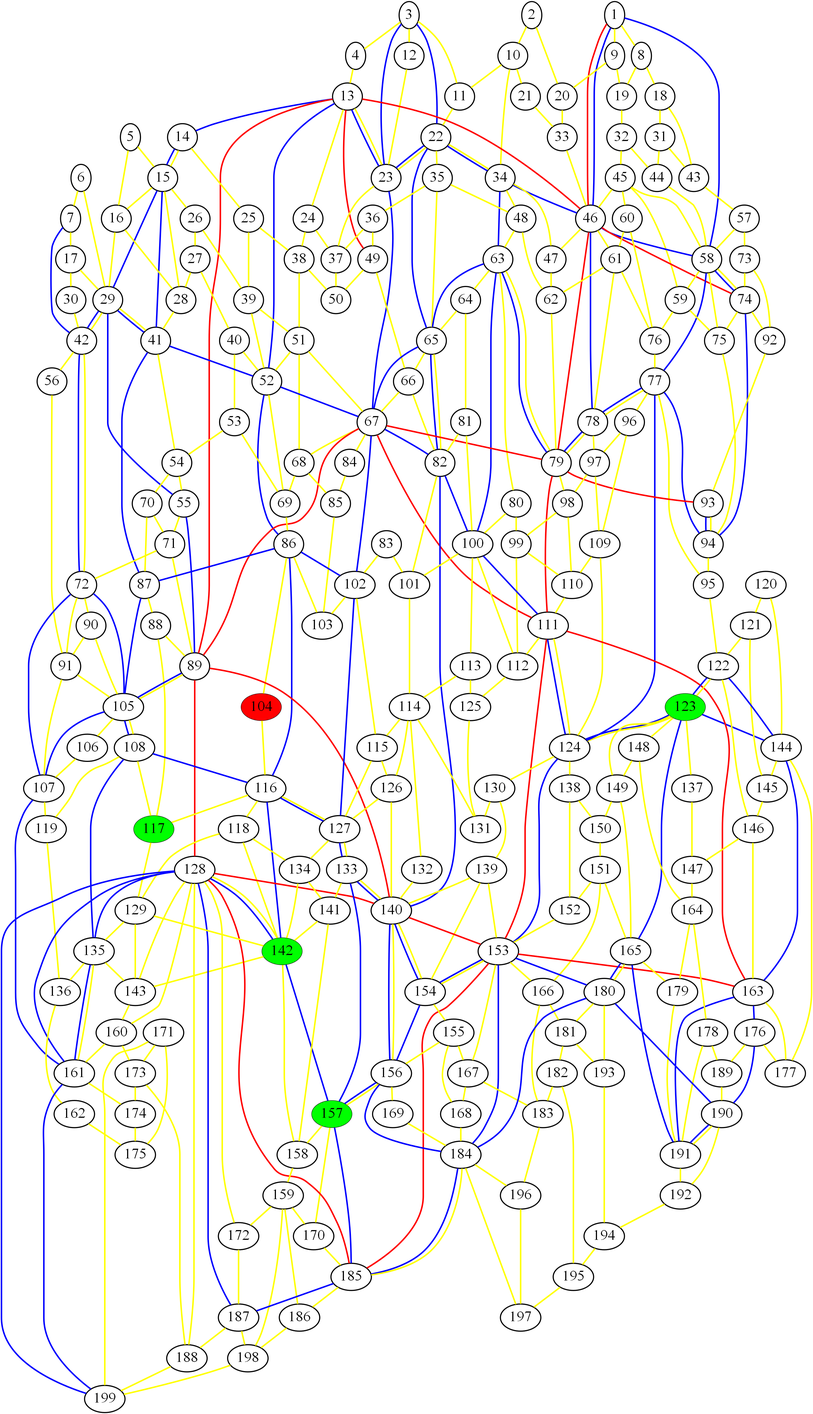
Above: graph_3.png in ed-churchill/complex-systems-project (Graphviz), before the change. Its source is kept beside it as graph_3.gv.
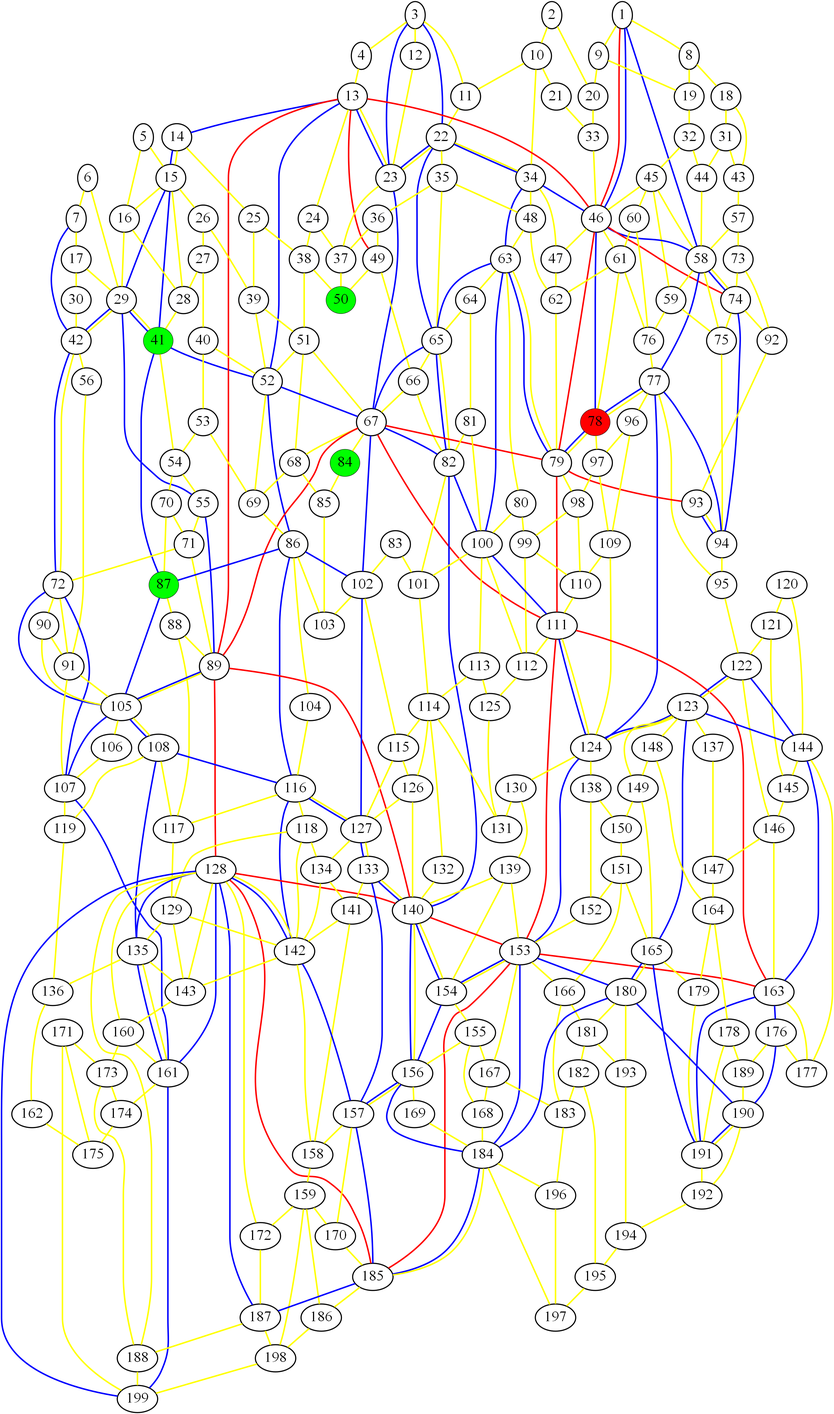
After the change.

Diff of the diagram source:
```diff
@@ -1,9 +1,9 @@
 graph london_graph {
-104 [fillcolor=red, fontsize=40, pendwidth=3, style=filled];
-117 [fillcolor=green, fontsize=40, pendwidth=3, style=filled];
-123 [fillcolor=green, fontsize=40, pendwidth=3, style=filled];
-157 [fillcolor=green, fontsize=40, pendwidth=3, style=filled];
-142 [fillcolor=green, fontsize=40, pendwidth=3, style=filled];
+78 [fillcolor=red, fontsize=40, pendwidth=3, style=filled];
+87 [fillcolor=green, fontsize=40, pendwidth=3, style=filled];
+50 [fillcolor=green, fontsize=40, pendwidth=3, style=filled];
+41 [fillcolor=green, fontsize=40, pendwidth=3, style=filled];
+84 [fillcolor=green, fontsize=40, pendwidth=3, style=filled];
 1 [fontsize=40, penwidth=3];
 2 [fontsize=40, penwidth=3];
 3 [fontsize=40, penwidth=3];
@@ -44,7 +44,6 @@
 38 [fontsize=40, penwidth=3];
 39 [fontsize=40, penwidth=3];
 40 [fontsize=40, penwidth=3];
-41 [fontsize=40, penwidth=3];
 42 [fontsize=40, penwidth=3];
 43 [fontsize=40, penwidth=3];
 44 [fontsize=40, penwidth=3];
@@ -53,7 +52,6 @@
 47 [fontsize=40, penwidth=3];
 48 [fontsize=40, penwidth=3];
 49 [fontsize=40, penwidth=3];
-50 [fontsize=40, penwidth=3];
 51 [fontsize=40, penwidth=3];
 52 [fontsize=40, penwidth=3];
 53 [fontsize=40, penwidth=3];
@@ -81,16 +79,13 @@
 75 [fontsize=40, penwidth=3];
 76 [fontsize=40, penwidth=3];
 77 [fontsize=40, penwidth=3];
-78 [fontsize=40, penwidth=3];
 79 [fontsize=40, penwidth=3];
 80 [fontsize=40, penwidth=3];
 81 [fontsize=40, penwidth=3];
 82 [fontsize=40, penwidth=3];
 83 [fontsize=40, penwidth=3];
-84 [fontsize=40, penwidth=3];
 85 [fontsize=40, penwidth=3];
 86 [fontsize=40, penwidth=3];
-87 [fontsize=40, penwidth=3];
 88 [fontsize=40, penwidth=3];
 89 [fontsize=40, penwidth=3];
 90 [fontsize=40, penwidth=3];
@@ -107,6 +102,7 @@
 101 [fontsize=40, penwidth=3];
 102 [fontsize=40, penwidth=3];
 103 [fontsize=40, penwidth=3];
+104 [fontsize=40, penwidth=3];
 105 [fontsize=40, penwidth=3];
 106 [fontsize=40, penwidth=3];
 107 [fontsize=40, penwidth=3];
@@ -119,11 +115,13 @@
 114 [fontsize=40, penwidth=3];
 115 [fontsize=40, penwidth=3];
 116 [fontsize=40, penwidth=3];
+117 [fontsize=40, penwidth=3];
 118 [fontsize=40, penwidth=3];
 119 [fontsize=40, penwidth=3];
 120 [fontsize=40, penwidth=3];
 121 [fontsize=40, penwidth=3];
 122 [fontsize=40, penwidth=3];
+123 [fontsize=40, penwidth=3];
 124 [fontsize=40, penwidth=3];
 125 [fontsize=40, penwidth=3];
 126 [fontsize=40, penwidth=3];
@@ -142,6 +140,7 @@
 139 [fontsize=40, penwidth=3];
 140 [fontsize=40, penwidth=3];
 141 [fontsize=40, penwidth=3];
+142 [fontsize=40, penwidth=3];
 143 [fontsize=40, penwidth=3];
 144 [fontsize=40, penwidth=3];
 145 [fontsize=40, penwidth=3];
@@ -156,6 +155,7 @@
 154 [fontsize=40, penwidth=3];
 155 [fontsize=40, penwidth=3];
 156 [fontsize=40, penwidth=3];
+157 [fontsize=40, penwidth=3];
 158 [fontsize=40, penwidth=3];
 159 [fontsize=40, penwidth=3];
 160 [fontsize=40, penwidth=3];
```
